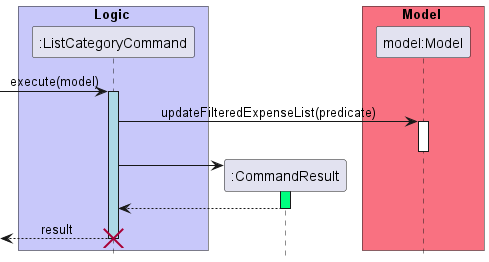
The PlantUML diagram docs/images/sequence_diagrams/ListCategorySequenceDiagram.png in nus-cs2103-AY2223S2/tp, before a commit.
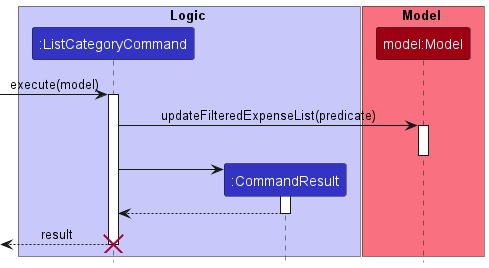
After the commit.

Diff of the diagram source:
```diff
@@ -1,4 +1,5 @@
 @startuml  ListCategorySequenceDiagram
+!include ../../style.puml
 
 hide footbox
 skinparam MinClassWidth 50
@@ -9,24 +10,24 @@
 
 
 
-box Logic #C8C8FA
-participant ":ListCategoryCommand" as ListCategoryCommand  order 1
+box Logic LOGIC_COLOR_T1
+participant ":ListCategoryCommand" as ListCategoryCommand LOGIC_COLOR
+participant ":CommandResult" as CommandResult LOGIC_COLOR
 end box
 
-box Model #F97181
-participant "model:Model" as Model order 3
+box Model MODEL_COLOR_T1
+participant "model:Model" as Model order 3 MODEL_COLOR
 end box
-participant ":CommandResult" as CommandResult order 2
 
 [-> ListCategoryCommand : execute(model)
-activate ListCategoryCommand #LightBlue
+activate ListCategoryCommand
 ListCategoryCommand -> Model : updateFilteredExpenseList(predicate)
 activate Model
 deactivate Model
 create CommandResult
 ListCategoryCommand -> CommandResult
 
-activate CommandResult #SpringGreen
+activate CommandResult
 CommandResult --> ListCategoryCommand
 deactivate CommandResult
 [<--ListCategoryCommand : result
```
